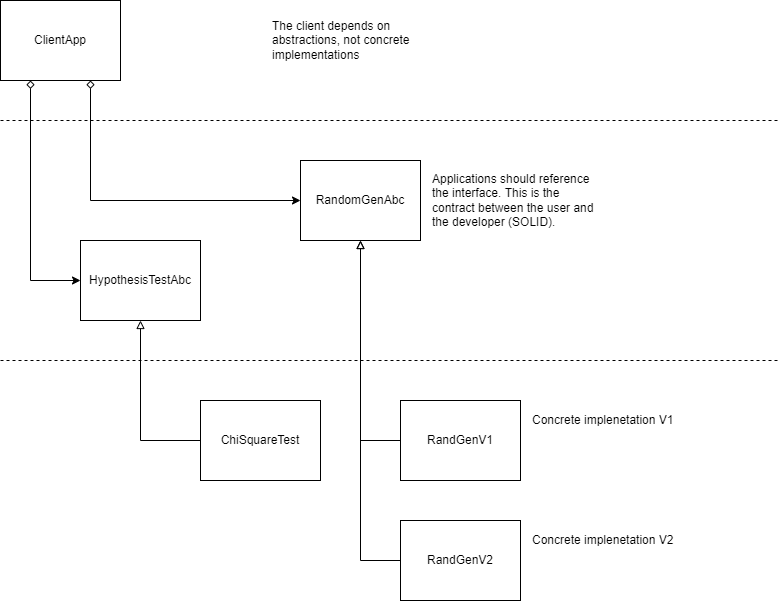
The draw.io diagram assets/drawio/system_design.drawio.png in braboj/randomgen, before a commit. Source tidied: cells renumbered, new cells last; positions are measured from the earlier drawing's top-left corner, leaving out a move shared by most shapes.
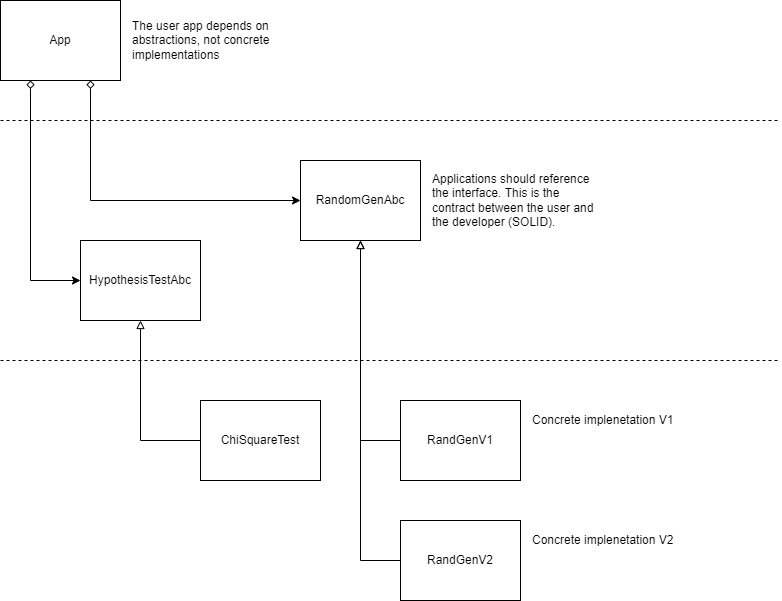
Above is the later version.

Commit message:
[#####] - Update the UML diagram

The edit, as a diff of the source:
```diff
@@ -32,7 +32,7 @@
     <mxCell id="11" style="edgeStyle=orthogonalEdgeStyle;rounded=0;jettySize=auto;html=1;entryX=0;entryY=0.5;entryDx=0;entryDy=0;exitX=0.25;exitY=1;exitDx=0;exitDy=0;startArrow=diamond;startFill=0;" parent="1" edge="1" source="12" target="16">
       <mxGeometry relative="1" as="geometry" />
     </mxCell>
-    <mxCell id="12" value="ClientApp" style="rounded=0;whiteSpace=wrap;html=1;" parent="1" vertex="1">
+    <mxCell id="12" value="App" style="rounded=0;whiteSpace=wrap;html=1;" parent="1" vertex="1">
       <mxGeometry width="120" height="80" as="geometry" />
     </mxCell>
     <mxCell id="13" style="endArrow=none;dashed=1;html=1;rounded=0;" parent="1" edge="1">
@@ -47,8 +47,8 @@
         <mxPoint x="780" y="120" as="targetPoint" />
       </mxGeometry>
     </mxCell>
-    <mxCell id="15" value="The client depends on abstractions, not concrete implementations" style="text;html=1;strokeColor=none;fillColor=none;align=left;verticalAlign=middle;whiteSpace=wrap;rounded=0;" parent="1" vertex="1">
-      <mxGeometry x="270" width="170" height="80" as="geometry" />
+    <mxCell id="15" value="The user app depends on abstractions, not concrete implementations" style="text;html=1;strokeColor=none;fillColor=none;align=left;verticalAlign=middle;whiteSpace=wrap;rounded=0;" parent="1" vertex="1">
+      <mxGeometry x="130" width="170" height="80" as="geometry" />
     </mxCell>
     <mxCell id="16" value="HypothesisTestAbc" style="rounded=0;whiteSpace=wrap;html=1;" parent="1" vertex="1">
       <mxGeometry x="80" y="240" width="120" height="80" as="geometry" />
```
